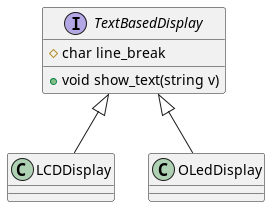
Beloin/LCD_Rasp_Weather keeps this PlantUML diagram as docs/Display_UML.png. Above is the earlier version. The source it was exported from:
```plantuml
@startuml Display UML


interface TextBasedDisplay {
    # char line_break
    + void show_text(string v)
}

TextBasedDisplay <|-- LCDDisplay

TextBasedDisplay <|-- OLedDisplay



@enduml
```
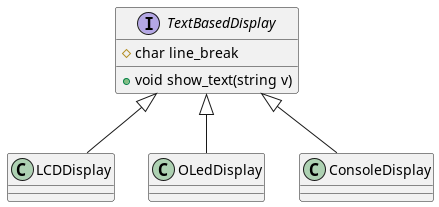
The same file after the commit.

Change to the diagram source:
```diff
@@ -10,6 +10,6 @@
 
 TextBasedDisplay <|-- OLedDisplay
 
-
+TextBasedDisplay <|-- ConsoleDisplay
 
 @enduml
```
